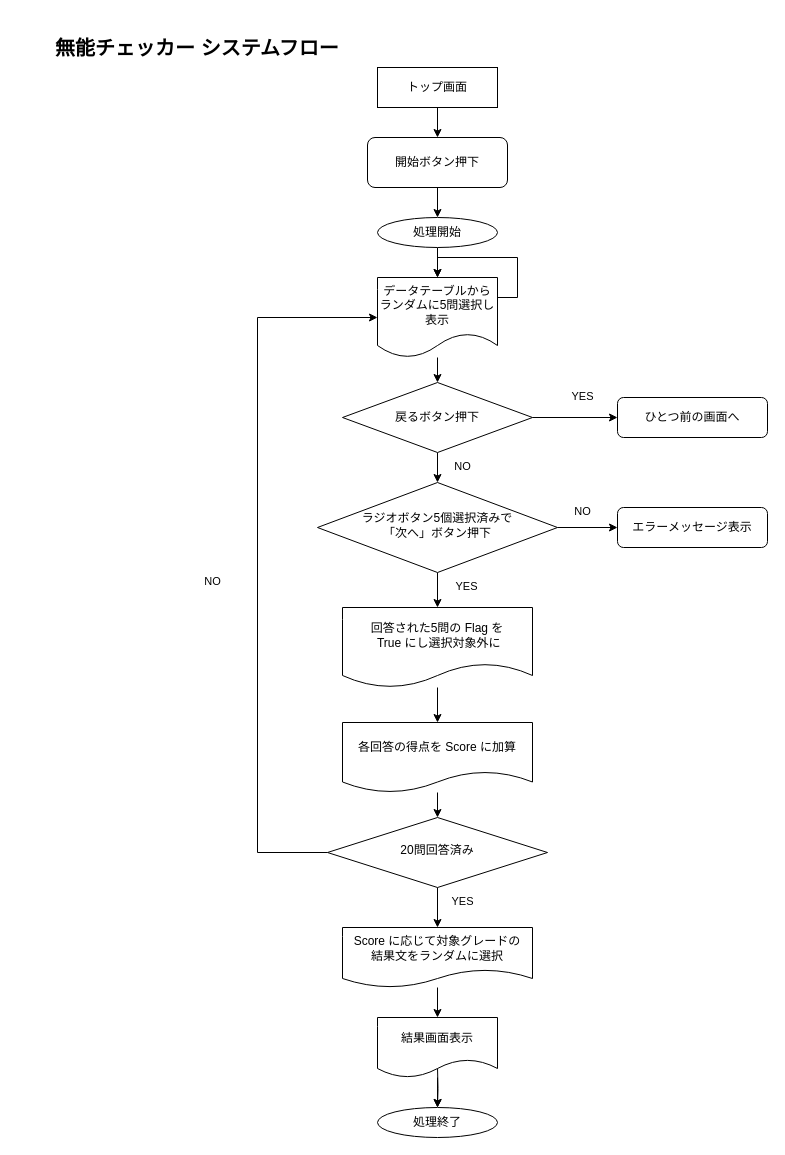
Earlier version of the draw.io diagram GitHub/MunouChecker/システムフロー図.drawio (nekula/datafolder). Source tidied: cells renumbered, new cells numbered last; positions are measured from the earlier drawing's top-left corner, leaving out a move shared by most shapes. Both pictures are drawn from the tidied source at 100%, with x=0, y=0 at pixel (17, 17).
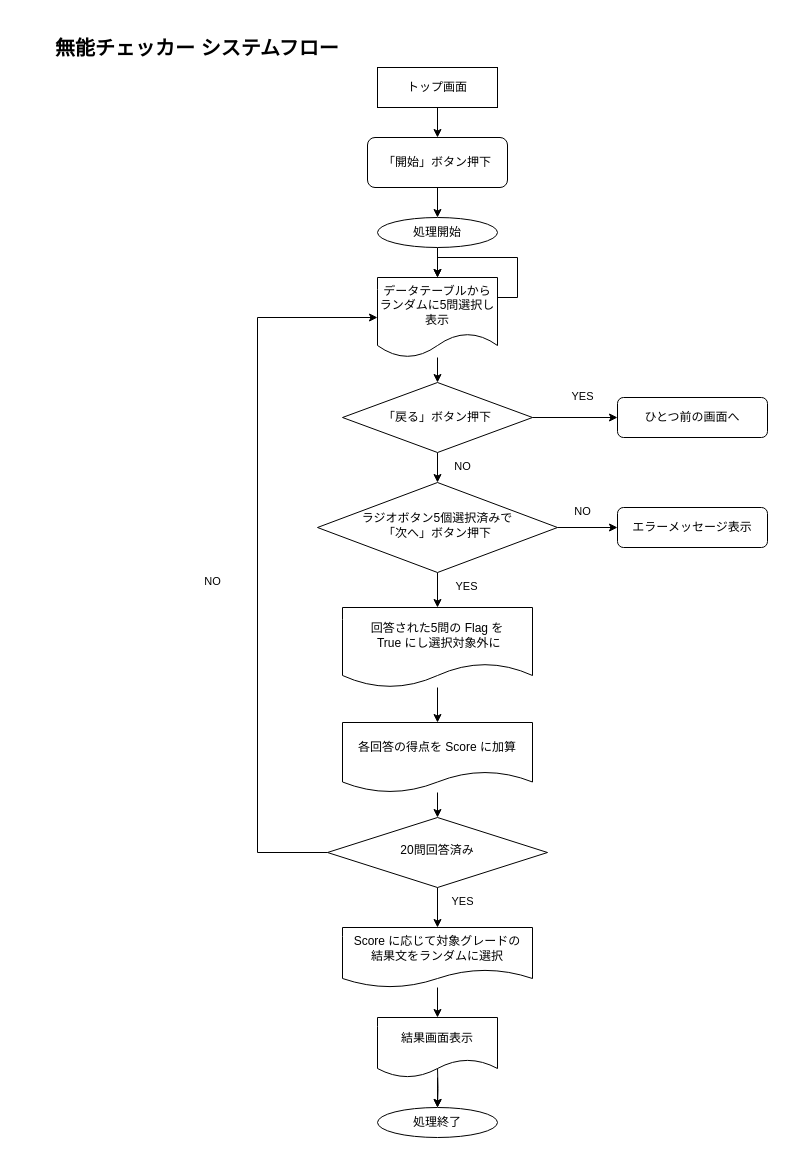
The same page after the edit.

Commit message:
システムフロー図.drawio を更新します

Diff of the diagram source:
```diff
@@
-    <mxCell id="3" value="開始ボタン押下" style="rounded=1;whiteSpace=wrap;html=1;fontSize=12;glass=0;strokeWidth=1;shadow=0;" parent="1" vertex="1">
+    <mxCell id="3" value="「開始」ボタン押下" style="rounded=1;whiteSpace=wrap;html=1;fontSize=12;glass=0;strokeWidth=1;shadow=0;" parent="1" vertex="1">
       <mxGeometry x="350" y="120" width="140" height="50" as="geometry" />
     </mxCell>
@@
-    <mxCell id="10" value="戻るボタン押下" style="rhombus;whiteSpace=wrap;html=1;" parent="1" vertex="1">
+    <mxCell id="10" value="「戻る」ボタン押下" style="rhombus;whiteSpace=wrap;html=1;" parent="1" vertex="1">
       <mxGeometry x="325" y="365" width="190" height="70" as="geometry" />
     </mxCell>
```
